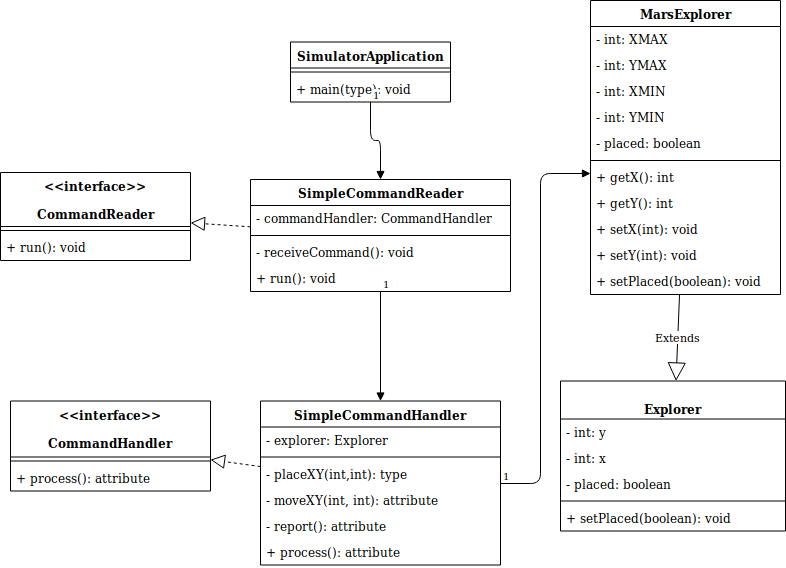
Animalone/Mars_Simulator keeps this draw.io diagram as UML.png. Above is the earlier version. Source tidied: cells renumbered, new cells last; positions are measured from the earlier drawing's top-left corner, leaving out a move shared by most shapes.
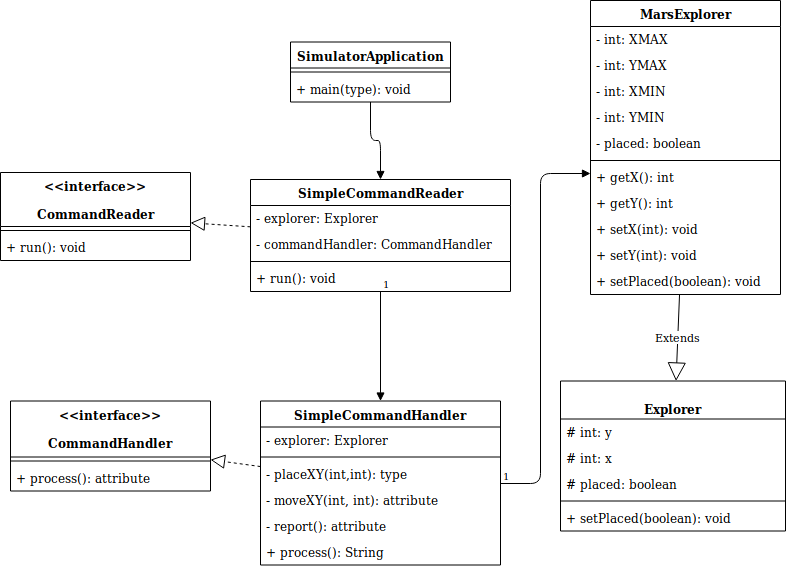
Later version of the same file.

What changed in the source:
```diff
@@ -74,19 +74,19 @@
     <mxCell id="25" value="- report(): attribute" style="text;strokeColor=none;fillColor=none;align=left;verticalAlign=top;spacingLeft=4;spacingRight=4;overflow=hidden;" parent="20" vertex="1">
       <mxGeometry y="112" width="240" height="26" as="geometry" />
     </mxCell>
-    <mxCell id="26" value="+ process(): attribute" style="text;strokeColor=none;fillColor=none;align=left;verticalAlign=top;spacingLeft=4;spacingRight=4;overflow=hidden;" parent="20" vertex="1">
+    <mxCell id="26" value="+ process(): String" style="text;strokeColor=none;fillColor=none;align=left;verticalAlign=top;spacingLeft=4;spacingRight=4;overflow=hidden;" parent="20" vertex="1">
       <mxGeometry y="138" width="240" height="26" as="geometry" />
     </mxCell>
     <mxCell id="27" value="&#10;Explorer" style="swimlane;fontStyle=1;align=center;verticalAlign=top;horizontal=1;startSize=38;" parent="1" vertex="1">
       <mxGeometry x="560" y="380.5" width="225" height="150" as="geometry" />
     </mxCell>
-    <mxCell id="28" value="- int: y" style="text;strokeColor=none;fillColor=none;align=left;verticalAlign=top;spacingLeft=4;spacingRight=4;overflow=hidden;" parent="27" vertex="1">
+    <mxCell id="28" value="# int: y" style="text;strokeColor=none;fillColor=none;align=left;verticalAlign=top;spacingLeft=4;spacingRight=4;overflow=hidden;" parent="27" vertex="1">
       <mxGeometry y="38" width="225" height="26" as="geometry" />
     </mxCell>
-    <mxCell id="29" value="- int: x&#10;" style="text;strokeColor=none;fillColor=none;align=left;verticalAlign=top;spacingLeft=4;spacingRight=4;overflow=hidden;" parent="27" vertex="1">
+    <mxCell id="29" value="# int: x&#10;" style="text;strokeColor=none;fillColor=none;align=left;verticalAlign=top;spacingLeft=4;spacingRight=4;overflow=hidden;" parent="27" vertex="1">
       <mxGeometry y="64" width="225" height="26" as="geometry" />
     </mxCell>
-    <mxCell id="30" value="- placed: boolean" style="text;strokeColor=none;fillColor=none;align=left;verticalAlign=top;spacingLeft=4;spacingRight=4;overflow=hidden;" parent="27" vertex="1">
+    <mxCell id="30" value="# placed: boolean" style="text;strokeColor=none;fillColor=none;align=left;verticalAlign=top;spacingLeft=4;spacingRight=4;overflow=hidden;" parent="27" vertex="1">
       <mxGeometry y="90" width="225" height="26" as="geometry" />
     </mxCell>
     <mxCell id="31" style="line;strokeWidth=1;fillColor=none;align=left;verticalAlign=middle;spacingTop=-1;spacingLeft=3;spacingRight=3;labelPosition=right;" parent="27" vertex="1">
@@ -110,15 +110,15 @@
     <mxCell id="37" value="SimpleCommandReader" style="swimlane;fontStyle=1;align=center;verticalAlign=top;horizontal=1;startSize=26;" parent="1" vertex="1">
       <mxGeometry x="250" y="179" width="260" height="112" as="geometry" />
     </mxCell>
+    <mxCell id="50" value="- explorer: Explorer" style="text;strokeColor=none;fillColor=none;align=left;verticalAlign=top;spacingLeft=4;spacingRight=4;overflow=hidden;" parent="37" vertex="1">
+      <mxGeometry y="26" width="260" height="26" as="geometry" />
+    </mxCell>
     <mxCell id="38" value="- commandHandler: CommandHandler" style="text;strokeColor=none;fillColor=none;align=left;verticalAlign=top;spacingLeft=4;spacingRight=4;overflow=hidden;" parent="37" vertex="1">
-      <mxGeometry y="26" width="260" height="26" as="geometry" />
+      <mxGeometry y="52" width="260" height="26" as="geometry" />
     </mxCell>
     <mxCell id="39" style="line;strokeWidth=1;fillColor=none;align=left;verticalAlign=middle;spacingTop=-1;spacingLeft=3;spacingRight=3;labelPosition=right;" parent="37" vertex="1">
-      <mxGeometry y="52" width="260" height="8" as="geometry" />
+      <mxGeometry y="78" width="260" height="8" as="geometry" />
     </mxCell>
-    <mxCell id="40" value="- receiveCommand(): void" style="text;strokeColor=none;fillColor=none;align=left;verticalAlign=top;spacingLeft=4;spacingRight=4;overflow=hidden;" parent="37" vertex="1">
-      <mxGeometry y="60" width="260" height="26" as="geometry" />
-    </mxCell>
     <mxCell id="41" value="+ run(): void" style="text;strokeColor=none;fillColor=none;align=left;verticalAlign=top;spacingLeft=4;spacingRight=4;overflow=hidden;" parent="37" vertex="1">
       <mxGeometry y="86" width="260" height="26" as="geometry" />
     </mxCell>
@@ -128,9 +128,6 @@
     <mxCell id="43" style="endArrow=block;endFill=1;html=1;edgeStyle=orthogonalEdgeStyle;align=left;verticalAlign=top;" parent="1" edge="1" source="5" target="37">
       <mxGeometry x="-0.56" y="20" relative="1" as="geometry" />
     </mxCell>
-    <mxCell id="44" value="1" style="html=1;align=left;verticalAlign=bottom;labelBackgroundColor=#ffffff;fontSize=10;" parent="43" vertex="1">
-      <mxGeometry x="-1" relative="1" as="geometry" />
-    </mxCell>
     <mxCell id="45" style="endArrow=block;endFill=1;html=1;edgeStyle=orthogonalEdgeStyle;align=left;verticalAlign=top;" parent="1" edge="1" source="37" target="20">
       <mxGeometry x="-1" relative="1" as="geometry" />
     </mxCell>
```
